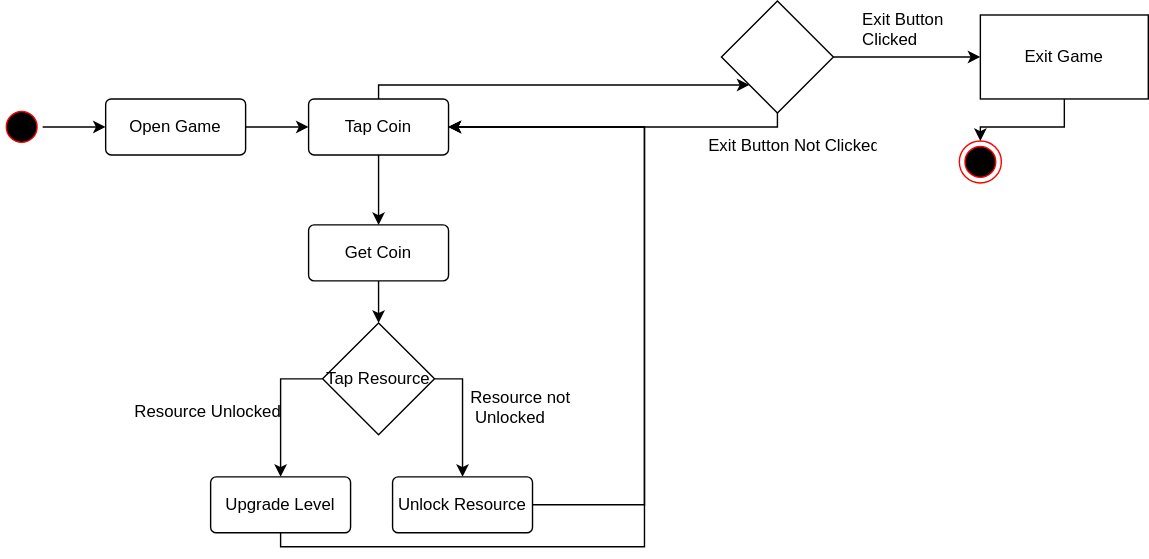
agistarakha/my-image keeps this draw.io diagram as Incremental/Untitled Diagram.drawio.svg. Above is the earlier version. Source tidied: cells renumbered, new cells last; positions are measured from the earlier drawing's top-left corner, leaving out a move shared by most shapes. Its diagram source:
```xml
<mxGraphModel>
  <root>
    <mxCell id="0" />
    <mxCell id="1" parent="0" />
    <mxCell id="2" style="edgeStyle=orthogonalEdgeStyle;rounded=0;jettySize=auto;html=1;" parent="1" edge="1" source="3" target="5">
      <mxGeometry relative="1" as="geometry" />
    </mxCell>
    <mxCell id="3" style="ellipse;html=1;shape=startState;fillColor=#000000;strokeColor=#ff0000;" parent="1" vertex="1">
      <mxGeometry y="75" width="30" height="30" as="geometry" />
    </mxCell>
    <mxCell id="4" style="edgeStyle=orthogonalEdgeStyle;rounded=0;jettySize=auto;html=1;" parent="1" edge="1" source="5" target="12">
      <mxGeometry relative="1" as="geometry" />
    </mxCell>
    <mxCell id="5" value="Open Game" style="rounded=1;arcSize=10;whiteSpace=wrap;html=1;align=center;" parent="1" vertex="1">
      <mxGeometry x="75" y="70" width="100" height="40" as="geometry" />
    </mxCell>
    <mxCell id="6" style="edgeStyle=orthogonalEdgeStyle;rounded=0;jettySize=auto;html=1;entryX=1;entryY=0.5;entryDx=0;entryDy=0;" parent="1" edge="1" source="7" target="12">
      <mxGeometry relative="1" as="geometry">
        <Array as="points">
          <mxPoint x="200" y="390" />
          <mxPoint x="460" y="390" />
          <mxPoint x="460" y="90" />
        </Array>
      </mxGeometry>
    </mxCell>
    <mxCell id="7" value="Upgrade Level" style="rounded=1;arcSize=10;whiteSpace=wrap;html=1;align=center;" parent="1" vertex="1">
      <mxGeometry x="150" y="340" width="100" height="40" as="geometry" />
    </mxCell>
    <mxCell id="8" style="edgeStyle=orthogonalEdgeStyle;rounded=0;jettySize=auto;html=1;entryX=1;entryY=0.5;entryDx=0;entryDy=0;" parent="1" edge="1" source="9" target="12">
      <mxGeometry relative="1" as="geometry">
        <Array as="points">
          <mxPoint x="460" y="360" />
          <mxPoint x="460" y="90" />
        </Array>
      </mxGeometry>
    </mxCell>
    <mxCell id="9" value="Unlock Resource" style="rounded=1;arcSize=10;whiteSpace=wrap;html=1;align=center;" parent="1" vertex="1">
      <mxGeometry x="280" y="340" width="100" height="40" as="geometry" />
    </mxCell>
    <mxCell id="10" style="edgeStyle=orthogonalEdgeStyle;rounded=0;jettySize=auto;html=1;entryX=0.5;entryY=0;entryDx=0;entryDy=0;" parent="1" edge="1" source="12" target="20">
      <mxGeometry relative="1" as="geometry" />
    </mxCell>
    <mxCell id="11" style="edgeStyle=orthogonalEdgeStyle;rounded=0;jettySize=auto;html=1;" parent="1" edge="1" source="12" target="23">
      <mxGeometry relative="1" as="geometry">
        <Array as="points">
          <mxPoint x="270" y="60" />
        </Array>
      </mxGeometry>
    </mxCell>
    <mxCell id="12" value="Tap Coin" style="rounded=1;arcSize=10;whiteSpace=wrap;html=1;align=center;" parent="1" vertex="1">
      <mxGeometry x="220" y="70" width="100" height="40" as="geometry" />
    </mxCell>
    <mxCell id="13" style="edgeStyle=orthogonalEdgeStyle;rounded=0;jettySize=auto;html=1;exitX=0;exitY=0.5;exitDx=0;exitDy=0;entryX=0.5;entryY=0;entryDx=0;entryDy=0;" parent="1" edge="1" source="15" target="7">
      <mxGeometry relative="1" as="geometry" />
    </mxCell>
    <mxCell id="14" style="edgeStyle=orthogonalEdgeStyle;rounded=0;jettySize=auto;html=1;exitX=1;exitY=0.5;exitDx=0;exitDy=0;entryX=0.5;entryY=0;entryDx=0;entryDy=0;" parent="1" edge="1" source="15" target="9">
      <mxGeometry relative="1" as="geometry" />
    </mxCell>
    <mxCell id="15" value="Tap Resource" style="rhombus;whiteSpace=wrap;html=1;" parent="1" vertex="1">
      <mxGeometry x="230" y="230" width="80" height="80" as="geometry" />
    </mxCell>
    <mxCell id="16" style="ellipse;html=1;shape=endState;fillColor=#000000;strokeColor=#ff0000;" parent="1" vertex="1">
      <mxGeometry x="685" y="100" width="30" height="30" as="geometry" />
    </mxCell>
    <mxCell id="17" style="edgeStyle=orthogonalEdgeStyle;rounded=0;jettySize=auto;html=1;exitX=0.5;exitY=1;exitDx=0;exitDy=0;entryX=0.5;entryY=0;entryDx=0;entryDy=0;" parent="1" edge="1" source="18" target="16">
      <mxGeometry relative="1" as="geometry" />
    </mxCell>
    <mxCell id="18" value="Exit Game" style="rounded=0;whiteSpace=wrap;html=1;fillColor=default;" parent="1" vertex="1">
      <mxGeometry x="700" y="10" width="120" height="60" as="geometry" />
    </mxCell>
    <mxCell id="19" style="edgeStyle=orthogonalEdgeStyle;rounded=0;jettySize=auto;html=1;entryX=0.5;entryY=0;entryDx=0;entryDy=0;" parent="1" edge="1" source="20" target="15">
      <mxGeometry relative="1" as="geometry" />
    </mxCell>
    <mxCell id="20" value="Get Coin" style="rounded=1;arcSize=10;whiteSpace=wrap;html=1;align=center;" parent="1" vertex="1">
      <mxGeometry x="220" y="160" width="100" height="40" as="geometry" />
    </mxCell>
    <mxCell id="21" style="edgeStyle=orthogonalEdgeStyle;rounded=0;jettySize=auto;html=1;entryX=1;entryY=0.5;entryDx=0;entryDy=0;" parent="1" edge="1" source="23" target="12">
      <mxGeometry relative="1" as="geometry">
        <Array as="points">
          <mxPoint x="500" y="90" />
          <mxPoint x="500" y="90" />
        </Array>
      </mxGeometry>
    </mxCell>
    <mxCell id="22" style="edgeStyle=orthogonalEdgeStyle;rounded=0;jettySize=auto;html=1;" parent="1" edge="1" source="23" target="18">
      <mxGeometry relative="1" as="geometry" />
    </mxCell>
    <mxCell id="23" style="rhombus;whiteSpace=wrap;html=1;" parent="1" vertex="1">
      <mxGeometry x="515" width="80" height="80" as="geometry" />
    </mxCell>
    <mxCell id="24" value="Resource Unlocked" style="text;strokeColor=none;fillColor=none;align=left;verticalAlign=top;spacingLeft=4;spacingRight=4;overflow=hidden;" parent="1" vertex="1">
      <mxGeometry x="90" y="280" width="130" height="40" as="geometry" />
    </mxCell>
    <mxCell id="25" value="Resource not&#10; Unlocked" style="text;strokeColor=none;fillColor=none;align=left;verticalAlign=top;spacingLeft=4;spacingRight=4;overflow=hidden;" parent="1" vertex="1">
      <mxGeometry x="330" y="270" width="130" height="60" as="geometry" />
    </mxCell>
    <mxCell id="26" value="Exit Button Not Clicked" style="text;strokeColor=none;fillColor=none;align=left;verticalAlign=top;spacingLeft=4;spacingRight=4;overflow=hidden;" parent="1" vertex="1">
      <mxGeometry x="500" y="90" width="130" height="40" as="geometry" />
    </mxCell>
    <mxCell id="27" value="Exit Button&#10;Clicked" style="text;strokeColor=none;fillColor=none;align=left;verticalAlign=top;spacingLeft=4;spacingRight=4;overflow=hidden;" parent="1" vertex="1">
      <mxGeometry x="610" width="130" height="40" as="geometry" />
    </mxCell>
  </root>
</mxGraphModel>
```
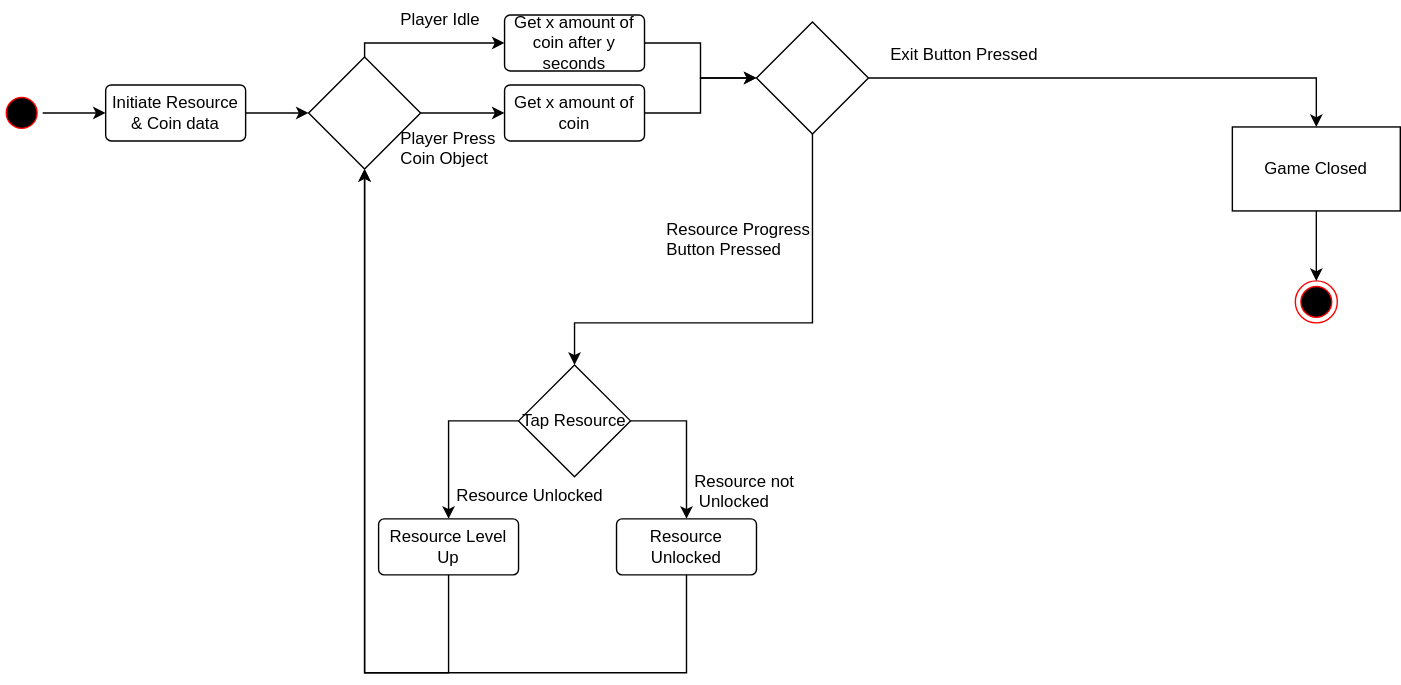
The same diagram one commit later.

Change to the diagram source:
```diff
@@ -6,50 +6,36 @@
       <mxGeometry relative="1" as="geometry" />
     </mxCell>
     <mxCell id="3" style="ellipse;html=1;shape=startState;fillColor=#000000;strokeColor=#ff0000;" parent="1" vertex="1">
-      <mxGeometry y="75" width="30" height="30" as="geometry" />
+      <mxGeometry x="-180" y="-15" width="30" height="30" as="geometry" />
     </mxCell>
-    <mxCell id="4" style="edgeStyle=orthogonalEdgeStyle;rounded=0;jettySize=auto;html=1;" parent="1" edge="1" source="5" target="12">
-      <mxGeometry relative="1" as="geometry" />
-    </mxCell>
+    <mxCell id="28" style="edgeStyle=orthogonalEdgeStyle;rounded=0;jettySize=auto;html=1;entryX=0;entryY=0.5;entryDx=0;entryDy=0;" parent="1" edge="1" source="5" target="34">
+      <mxGeometry relative="1" as="geometry" />
+    </mxCell>
-    <mxCell id="5" value="Open Game" style="rounded=1;arcSize=10;whiteSpace=wrap;html=1;align=center;" parent="1" vertex="1">
-      <mxGeometry x="75" y="70" width="100" height="40" as="geometry" />
+    <mxCell id="5" value="Initiate Resource &amp;amp; Coin data" style="rounded=1;arcSize=10;whiteSpace=wrap;html=1;align=center;" parent="1" vertex="1">
+      <mxGeometry x="-105" y="-20" width="100" height="40" as="geometry" />
     </mxCell>
-    <mxCell id="6" style="edgeStyle=orthogonalEdgeStyle;rounded=0;jettySize=auto;html=1;entryX=1;entryY=0.5;entryDx=0;entryDy=0;" parent="1" edge="1" source="7" target="12">
-      <mxGeometry relative="1" as="geometry">
-        <Array as="points">
-          <mxPoint x="200" y="390" />
-          <mxPoint x="460" y="390" />
-          <mxPoint x="460" y="90" />
-        </Array>
-      </mxGeometry>
-    </mxCell>
+    <mxCell id="29" style="edgeStyle=orthogonalEdgeStyle;rounded=0;jettySize=auto;html=1;entryX=0.5;entryY=1;entryDx=0;entryDy=0;" parent="1" edge="1" source="7" target="34">
+      <mxGeometry relative="1" as="geometry">
+        <Array as="points">
+          <mxPoint x="140" y="400" />
+          <mxPoint x="80" y="400" />
+        </Array>
+      </mxGeometry>
+    </mxCell>
-    <mxCell id="7" value="Upgrade Level" style="rounded=1;arcSize=10;whiteSpace=wrap;html=1;align=center;" parent="1" vertex="1">
-      <mxGeometry x="150" y="340" width="100" height="40" as="geometry" />
+    <mxCell id="7" value="Resource Level Up" style="rounded=1;arcSize=10;whiteSpace=wrap;html=1;align=center;" parent="1" vertex="1">
+      <mxGeometry x="90" y="290" width="100" height="40" as="geometry" />
     </mxCell>
-    <mxCell id="8" style="edgeStyle=orthogonalEdgeStyle;rounded=0;jettySize=auto;html=1;entryX=1;entryY=0.5;entryDx=0;entryDy=0;" parent="1" edge="1" source="9" target="12">
-      <mxGeometry relative="1" as="geometry">
-        <Array as="points">
-          <mxPoint x="460" y="360" />
-          <mxPoint x="460" y="90" />
-        </Array>
-      </mxGeometry>
-    </mxCell>
+    <mxCell id="30" style="edgeStyle=orthogonalEdgeStyle;rounded=0;jettySize=auto;html=1;entryX=0.5;entryY=1;entryDx=0;entryDy=0;" parent="1" edge="1" source="9" target="34">
+      <mxGeometry relative="1" as="geometry">
+        <Array as="points">
+          <mxPoint x="310" y="400" />
+          <mxPoint x="80" y="400" />
+        </Array>
+      </mxGeometry>
+    </mxCell>
-    <mxCell id="9" value="Unlock Resource" style="rounded=1;arcSize=10;whiteSpace=wrap;html=1;align=center;" parent="1" vertex="1">
-      <mxGeometry x="280" y="340" width="100" height="40" as="geometry" />
+    <mxCell id="9" value="Resource Unlocked" style="rounded=1;arcSize=10;whiteSpace=wrap;html=1;align=center;" parent="1" vertex="1">
+      <mxGeometry x="260" y="290" width="100" height="40" as="geometry" />
     </mxCell>
-    <mxCell id="10" style="edgeStyle=orthogonalEdgeStyle;rounded=0;jettySize=auto;html=1;entryX=0.5;entryY=0;entryDx=0;entryDy=0;" parent="1" edge="1" source="12" target="20">
-      <mxGeometry relative="1" as="geometry" />
-    </mxCell>
-    <mxCell id="11" style="edgeStyle=orthogonalEdgeStyle;rounded=0;jettySize=auto;html=1;" parent="1" edge="1" source="12" target="23">
-      <mxGeometry relative="1" as="geometry">
-        <Array as="points">
-          <mxPoint x="270" y="60" />
-        </Array>
-      </mxGeometry>
-    </mxCell>
-    <mxCell id="12" value="Tap Coin" style="rounded=1;arcSize=10;whiteSpace=wrap;html=1;align=center;" parent="1" vertex="1">
-      <mxGeometry x="220" y="70" width="100" height="40" as="geometry" />
-    </mxCell>
     <mxCell id="13" style="edgeStyle=orthogonalEdgeStyle;rounded=0;jettySize=auto;html=1;exitX=0;exitY=0.5;exitDx=0;exitDy=0;entryX=0.5;entryY=0;entryDx=0;entryDy=0;" parent="1" edge="1" source="15" target="7">
       <mxGeometry relative="1" as="geometry" />
     </mxCell>
@@ -57,48 +43,73 @@
       <mxGeometry relative="1" as="geometry" />
     </mxCell>
     <mxCell id="15" value="Tap Resource" style="rhombus;whiteSpace=wrap;html=1;" parent="1" vertex="1">
-      <mxGeometry x="230" y="230" width="80" height="80" as="geometry" />
+      <mxGeometry x="190" y="180" width="80" height="80" as="geometry" />
     </mxCell>
     <mxCell id="16" style="ellipse;html=1;shape=endState;fillColor=#000000;strokeColor=#ff0000;" parent="1" vertex="1">
-      <mxGeometry x="685" y="100" width="30" height="30" as="geometry" />
+      <mxGeometry x="745" y="120" width="30" height="30" as="geometry" />
     </mxCell>
     <mxCell id="17" style="edgeStyle=orthogonalEdgeStyle;rounded=0;jettySize=auto;html=1;exitX=0.5;exitY=1;exitDx=0;exitDy=0;entryX=0.5;entryY=0;entryDx=0;entryDy=0;" parent="1" edge="1" source="18" target="16">
       <mxGeometry relative="1" as="geometry" />
     </mxCell>
-    <mxCell id="18" value="Exit Game" style="rounded=0;whiteSpace=wrap;html=1;fillColor=default;" parent="1" vertex="1">
+    <mxCell id="18" value="Game Closed" style="rounded=0;whiteSpace=wrap;html=1;fillColor=default;" parent="1" vertex="1">
       <mxGeometry x="700" y="10" width="120" height="60" as="geometry" />
     </mxCell>
-    <mxCell id="19" style="edgeStyle=orthogonalEdgeStyle;rounded=0;jettySize=auto;html=1;entryX=0.5;entryY=0;entryDx=0;entryDy=0;" parent="1" edge="1" source="20" target="15">
-      <mxGeometry relative="1" as="geometry" />
-    </mxCell>
-    <mxCell id="20" value="Get Coin" style="rounded=1;arcSize=10;whiteSpace=wrap;html=1;align=center;" parent="1" vertex="1">
-      <mxGeometry x="220" y="160" width="100" height="40" as="geometry" />
-    </mxCell>
-    <mxCell id="21" style="edgeStyle=orthogonalEdgeStyle;rounded=0;jettySize=auto;html=1;entryX=1;entryY=0.5;entryDx=0;entryDy=0;" parent="1" edge="1" source="23" target="12">
-      <mxGeometry relative="1" as="geometry">
-        <Array as="points">
-          <mxPoint x="500" y="90" />
-          <mxPoint x="500" y="90" />
-        </Array>
-      </mxGeometry>
-    </mxCell>
+    <mxCell id="31" style="edgeStyle=orthogonalEdgeStyle;rounded=0;jettySize=auto;html=1;" parent="1" edge="1" source="23" target="15">
+      <mxGeometry relative="1" as="geometry">
+        <Array as="points">
+          <mxPoint x="400" y="150" />
+          <mxPoint x="230" y="150" />
+        </Array>
+      </mxGeometry>
+    </mxCell>
-    <mxCell id="22" style="edgeStyle=orthogonalEdgeStyle;rounded=0;jettySize=auto;html=1;" parent="1" edge="1" source="23" target="18">
+    <mxCell id="22" style="edgeStyle=orthogonalEdgeStyle;rounded=0;jettySize=auto;html=1;entryX=0.5;entryY=0;entryDx=0;entryDy=0;" parent="1" edge="1" source="23" target="18">
       <mxGeometry relative="1" as="geometry" />
     </mxCell>
     <mxCell id="23" style="rhombus;whiteSpace=wrap;html=1;" parent="1" vertex="1">
-      <mxGeometry x="515" width="80" height="80" as="geometry" />
+      <mxGeometry x="360" y="-65" width="80" height="80" as="geometry" />
     </mxCell>
     <mxCell id="24" value="Resource Unlocked" style="text;strokeColor=none;fillColor=none;align=left;verticalAlign=top;spacingLeft=4;spacingRight=4;overflow=hidden;" parent="1" vertex="1">
-      <mxGeometry x="90" y="280" width="130" height="40" as="geometry" />
+      <mxGeometry x="140" y="260" width="130" height="40" as="geometry" />
     </mxCell>
     <mxCell id="25" value="Resource not&#10; Unlocked" style="text;strokeColor=none;fillColor=none;align=left;verticalAlign=top;spacingLeft=4;spacingRight=4;overflow=hidden;" parent="1" vertex="1">
-      <mxGeometry x="330" y="270" width="130" height="60" as="geometry" />
+      <mxGeometry x="310" y="250" width="130" height="60" as="geometry" />
     </mxCell>
-    <mxCell id="26" value="Exit Button Not Clicked" style="text;strokeColor=none;fillColor=none;align=left;verticalAlign=top;spacingLeft=4;spacingRight=4;overflow=hidden;" parent="1" vertex="1">
-      <mxGeometry x="500" y="90" width="130" height="40" as="geometry" />
-    </mxCell>
-    <mxCell id="27" value="Exit Button&#10;Clicked" style="text;strokeColor=none;fillColor=none;align=left;verticalAlign=top;spacingLeft=4;spacingRight=4;overflow=hidden;" parent="1" vertex="1">
-      <mxGeometry x="610" width="130" height="40" as="geometry" />
-    </mxCell>
+    <mxCell id="32" style="edgeStyle=orthogonalEdgeStyle;rounded=0;jettySize=auto;html=1;" parent="1" edge="1" source="34" target="36">
+      <mxGeometry relative="1" as="geometry" />
+    </mxCell>
+    <mxCell id="33" style="edgeStyle=orthogonalEdgeStyle;rounded=0;jettySize=auto;html=1;entryX=0;entryY=0.5;entryDx=0;entryDy=0;" parent="1" edge="1" source="34" target="38">
+      <mxGeometry relative="1" as="geometry">
+        <Array as="points">
+          <mxPoint x="80" y="-50" />
+        </Array>
+      </mxGeometry>
+    </mxCell>
+    <mxCell id="34" style="rhombus;whiteSpace=wrap;html=1;" parent="1" vertex="1">
+      <mxGeometry x="40" y="-40" width="80" height="80" as="geometry" />
+    </mxCell>
+    <mxCell id="35" style="edgeStyle=orthogonalEdgeStyle;rounded=0;jettySize=auto;html=1;entryX=0;entryY=0.5;entryDx=0;entryDy=0;" parent="1" edge="1" source="36" target="23">
+      <mxGeometry relative="1" as="geometry" />
+    </mxCell>
+    <mxCell id="36" value="Get x amount of coin" style="rounded=1;arcSize=10;whiteSpace=wrap;html=1;align=center;" parent="1" vertex="1">
+      <mxGeometry x="180" y="-20" width="100" height="40" as="geometry" />
+    </mxCell>
+    <mxCell id="37" style="edgeStyle=orthogonalEdgeStyle;rounded=0;jettySize=auto;html=1;entryX=0;entryY=0.5;entryDx=0;entryDy=0;" parent="1" edge="1" source="38" target="23">
+      <mxGeometry relative="1" as="geometry" />
+    </mxCell>
+    <mxCell id="38" value="Get x amount of coin after y seconds" style="rounded=1;arcSize=10;whiteSpace=wrap;html=1;align=center;" parent="1" vertex="1">
+      <mxGeometry x="180" y="-70" width="100" height="40" as="geometry" />
+    </mxCell>
+    <mxCell id="39" value="Resource Progress &#10;Button Pressed" style="text;strokeColor=none;fillColor=none;align=left;verticalAlign=top;spacingLeft=4;spacingRight=4;overflow=hidden;" parent="1" vertex="1">
+      <mxGeometry x="290" y="70" width="170" height="60" as="geometry" />
+    </mxCell>
+    <mxCell id="40" value="Exit Button Pressed" style="text;strokeColor=none;fillColor=none;align=left;verticalAlign=top;spacingLeft=4;spacingRight=4;overflow=hidden;" parent="1" vertex="1">
+      <mxGeometry x="450" y="-55" width="170" height="60" as="geometry" />
+    </mxCell>
+    <mxCell id="41" value="Player Press&#10;Coin Object" style="text;strokeColor=none;fillColor=none;align=left;verticalAlign=top;spacingLeft=4;spacingRight=4;overflow=hidden;" parent="1" vertex="1">
+      <mxGeometry x="100" y="5" width="170" height="60" as="geometry" />
+    </mxCell>
+    <mxCell id="42" value="Player Idle" style="text;strokeColor=none;fillColor=none;align=left;verticalAlign=top;spacingLeft=4;spacingRight=4;overflow=hidden;" parent="1" vertex="1">
+      <mxGeometry x="100" y="-80" width="170" height="60" as="geometry" />
+    </mxCell>
   </root>
 </mxGraphModel>
```
